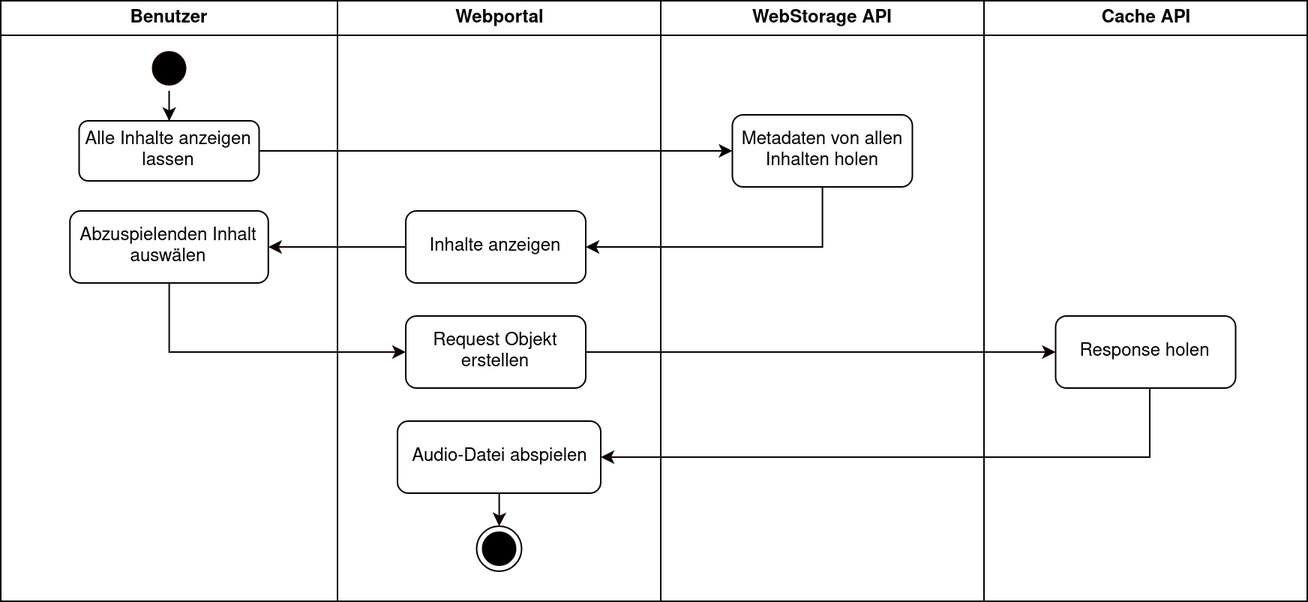
This is tex/bilder/diagramme/ablauf-cache-api-locale-storage-abspielen.png from schalterDev/Bachelor-Thesis, a draw.io export, as it was before one commit. Source tidied: cells renumbered, new cells last; positions are measured from the earlier drawing's top-left corner, leaving out a move shared by most shapes. The source it was exported from:
```xml
<mxGraphModel background="#ffffff">
  <root>
    <mxCell id="0" />
    <mxCell id="1" parent="0" />
    <mxCell id="2" value="Benutzer" style="swimlane;whiteSpace=wrap;" parent="1" vertex="1">
      <mxGeometry width="224.5" height="400" as="geometry" />
    </mxCell>
    <mxCell id="3" style="edgeStyle=orthogonalEdgeStyle;rounded=0;jettySize=auto;html=1;exitX=0.5;exitY=1;exitDx=0;exitDy=0;" parent="2" edge="1" source="4" target="5">
      <mxGeometry relative="1" as="geometry" />
    </mxCell>
    <mxCell id="4" style="ellipse;shape=startState;fillColor=#000000;strokeColor=#190000;" parent="2" vertex="1">
      <mxGeometry x="97.2" y="30" width="30" height="30" as="geometry" />
    </mxCell>
    <mxCell id="5" value="Alle Inhalte anzeigen lassen" style="rounded=1;whiteSpace=wrap;html=1;" parent="2" vertex="1">
      <mxGeometry x="52.2" y="80" width="120" height="40" as="geometry" />
    </mxCell>
    <mxCell id="6" value="Abzuspielenden Inhalt auswälen" style="rounded=1;whiteSpace=wrap;html=1;" parent="2" vertex="1">
      <mxGeometry x="46.1" y="140" width="132.2" height="48" as="geometry" />
    </mxCell>
    <mxCell id="7" value="Webportal" style="swimlane;whiteSpace=wrap;" parent="1" vertex="1">
      <mxGeometry x="224.5" width="215.5" height="400" as="geometry" />
    </mxCell>
    <mxCell id="8" value="Inhalte anzeigen" style="rounded=1;whiteSpace=wrap;html=1;" parent="7" vertex="1">
      <mxGeometry x="45.5" y="140" width="120" height="48" as="geometry" />
    </mxCell>
    <mxCell id="9" style="ellipse;html=1;shape=endState;fillColor=#000000;strokeColor=#000000;" parent="7" vertex="1">
      <mxGeometry x="92.8" y="350" width="30" height="30" as="geometry" />
    </mxCell>
    <mxCell id="10" value="Request Objekt erstellen" style="rounded=1;whiteSpace=wrap;html=1;" parent="7" vertex="1">
      <mxGeometry x="45.5" y="210" width="120" height="48" as="geometry" />
    </mxCell>
    <mxCell id="11" style="edgeStyle=orthogonalEdgeStyle;rounded=0;jettySize=auto;html=1;strokeColor=#0F0000;" parent="7" edge="1" source="12" target="9">
      <mxGeometry relative="1" as="geometry" />
    </mxCell>
    <mxCell id="12" value="Audio-Datei abspielen" style="rounded=1;whiteSpace=wrap;html=1;" parent="7" vertex="1">
      <mxGeometry x="40" y="280" width="135.5" height="48" as="geometry" />
    </mxCell>
    <mxCell id="13" value="WebStorage API" style="swimlane;whiteSpace=wrap;startSize=23;" parent="1" vertex="1">
      <mxGeometry x="440" width="215.5" height="400" as="geometry" />
    </mxCell>
    <mxCell id="14" value="Metadaten von allen Inhalten holen" style="rounded=1;whiteSpace=wrap;html=1;" parent="13" vertex="1">
      <mxGeometry x="47.8" y="76" width="120" height="48" as="geometry" />
    </mxCell>
    <mxCell id="15" value="Cache API" style="swimlane;whiteSpace=wrap;startSize=23;" parent="1" vertex="1">
      <mxGeometry x="655.5" width="215.5" height="400" as="geometry" />
    </mxCell>
    <mxCell id="16" value="Response holen" style="rounded=1;whiteSpace=wrap;html=1;" parent="15" vertex="1">
      <mxGeometry x="47.8" y="210" width="120" height="48" as="geometry" />
    </mxCell>
    <mxCell id="17" style="edgeStyle=orthogonalEdgeStyle;rounded=0;jettySize=auto;html=1;" parent="1" edge="1" source="5" target="14">
      <mxGeometry relative="1" as="geometry" />
    </mxCell>
    <mxCell id="18" style="edgeStyle=orthogonalEdgeStyle;rounded=0;jettySize=auto;html=1;" parent="1" edge="1" source="14" target="8">
      <mxGeometry relative="1" as="geometry">
        <Array as="points">
          <mxPoint x="548" y="164" />
        </Array>
      </mxGeometry>
    </mxCell>
    <mxCell id="19" style="edgeStyle=orthogonalEdgeStyle;rounded=0;jettySize=auto;html=1;strokeColor=#0F0000;" parent="1" edge="1" source="8" target="6">
      <mxGeometry relative="1" as="geometry" />
    </mxCell>
    <mxCell id="20" style="edgeStyle=orthogonalEdgeStyle;rounded=0;jettySize=auto;html=1;strokeColor=#0F0000;" parent="1" edge="1" source="6" target="10">
      <mxGeometry relative="1" as="geometry">
        <Array as="points">
          <mxPoint x="112" y="234" />
        </Array>
      </mxGeometry>
    </mxCell>
    <mxCell id="21" style="edgeStyle=orthogonalEdgeStyle;rounded=0;jettySize=auto;html=1;strokeColor=#0F0000;" parent="1" edge="1" source="10" target="16">
      <mxGeometry relative="1" as="geometry" />
    </mxCell>
    <mxCell id="22" style="edgeStyle=orthogonalEdgeStyle;rounded=0;jettySize=auto;html=1;strokeColor=#0F0000;" parent="1" edge="1" source="16" target="12">
      <mxGeometry relative="1" as="geometry">
        <Array as="points">
          <mxPoint x="766" y="304" />
        </Array>
      </mxGeometry>
    </mxCell>
  </root>
</mxGraphModel>
```
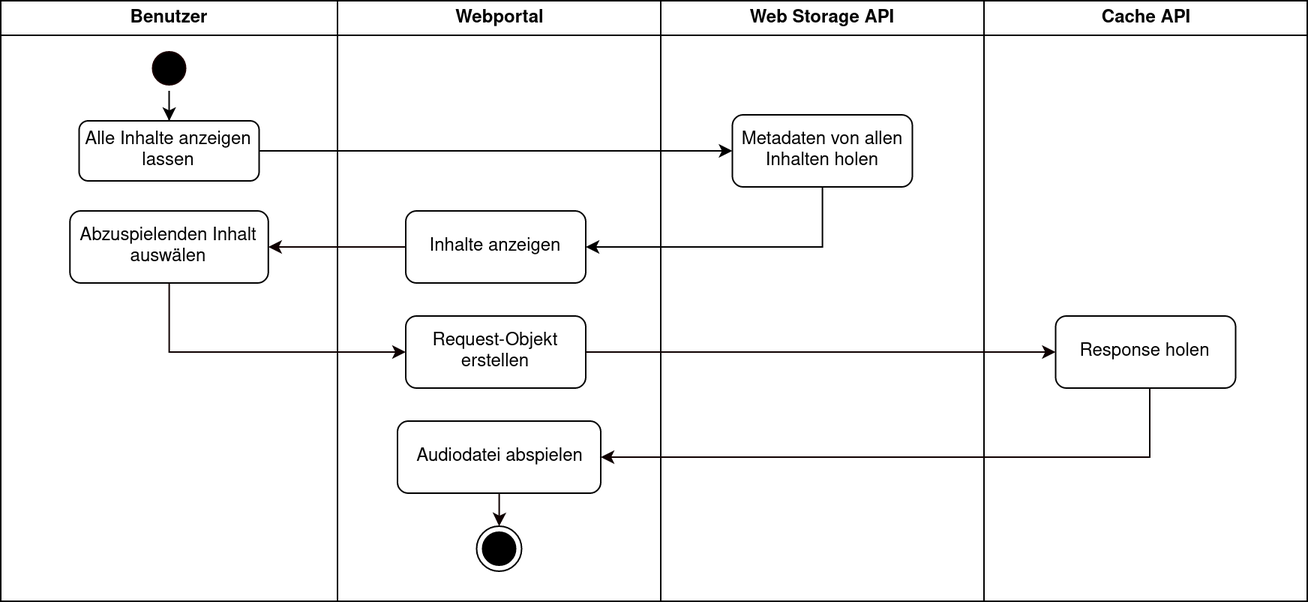
The same diagram one commit later.

What changed in the source:
```diff
@@ -26,16 +26,16 @@
     <mxCell id="9" style="ellipse;html=1;shape=endState;fillColor=#000000;strokeColor=#000000;" parent="7" vertex="1">
       <mxGeometry x="92.8" y="350" width="30" height="30" as="geometry" />
     </mxCell>
-    <mxCell id="10" value="Request Objekt erstellen" style="rounded=1;whiteSpace=wrap;html=1;" parent="7" vertex="1">
+    <mxCell id="10" value="Request-Objekt erstellen" style="rounded=1;whiteSpace=wrap;html=1;" parent="7" vertex="1">
       <mxGeometry x="45.5" y="210" width="120" height="48" as="geometry" />
     </mxCell>
     <mxCell id="11" style="edgeStyle=orthogonalEdgeStyle;rounded=0;jettySize=auto;html=1;strokeColor=#0F0000;" parent="7" edge="1" source="12" target="9">
       <mxGeometry relative="1" as="geometry" />
     </mxCell>
-    <mxCell id="12" value="Audio-Datei abspielen" style="rounded=1;whiteSpace=wrap;html=1;" parent="7" vertex="1">
+    <mxCell id="12" value="Audiodatei abspielen" style="rounded=1;whiteSpace=wrap;html=1;" parent="7" vertex="1">
       <mxGeometry x="40" y="280" width="135.5" height="48" as="geometry" />
     </mxCell>
-    <mxCell id="13" value="WebStorage API" style="swimlane;whiteSpace=wrap;startSize=23;" parent="1" vertex="1">
+    <mxCell id="13" value="Web Storage API" style="swimlane;whiteSpace=wrap;startSize=23;" parent="1" vertex="1">
       <mxGeometry x="440" width="215.5" height="400" as="geometry" />
     </mxCell>
     <mxCell id="14" value="Metadaten von allen Inhalten holen" style="rounded=1;whiteSpace=wrap;html=1;" parent="13" vertex="1">
```
